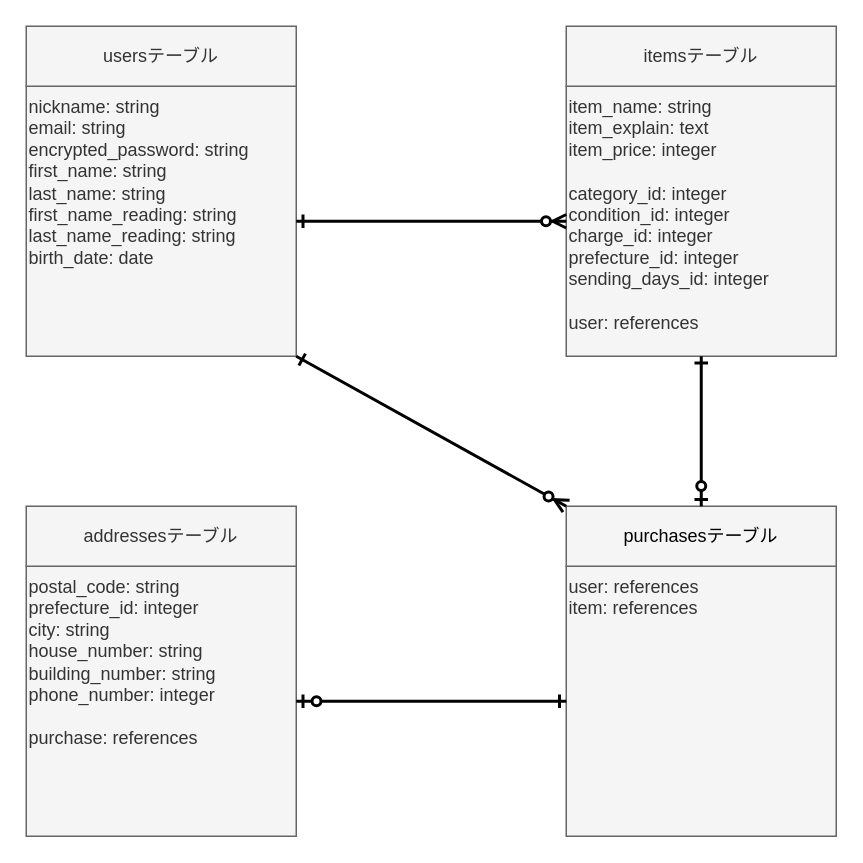
This is furima.dio from fuchimo/furima-34379, a draw.io file, before an edit. Source tidied: cells renumbered, new cells numbered last; positions are measured from the earlier drawing's top-left corner, leaving out a move shared by most shapes. Both pictures are drawn from the tidied source at 150%, with x=0, y=0 at pixel (26, 26).
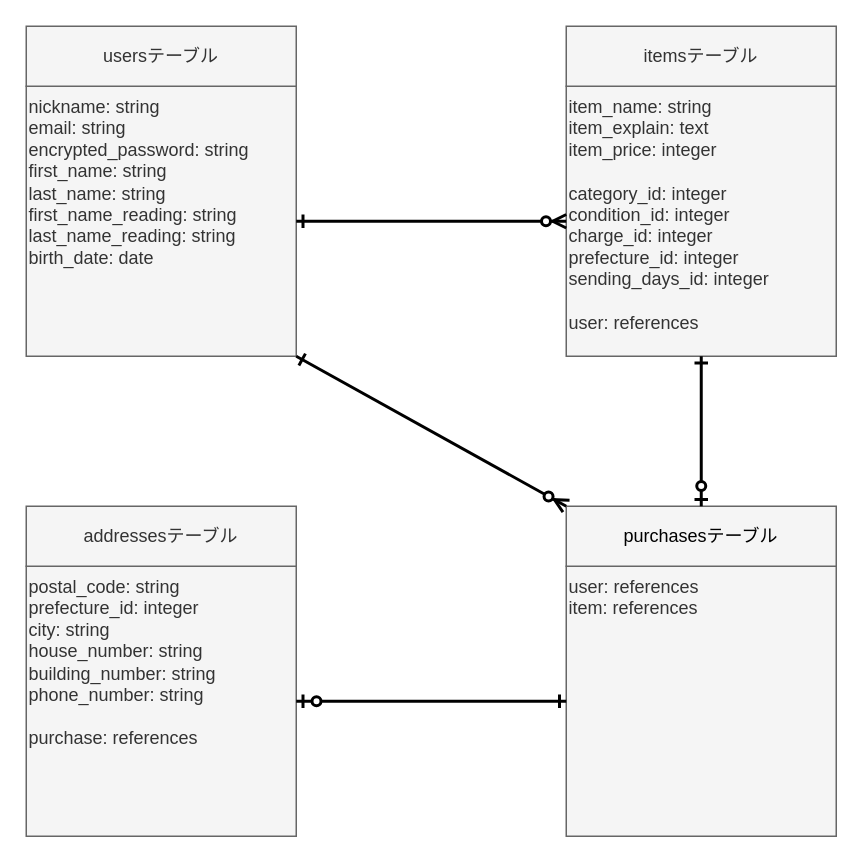
After the change.

Commit message (it also covers changes not shown here):
correct addresses_table

What changed in the source:
```diff
@@
 <mxGraphModel>
   <root>
     <mxCell id="0" />
     <mxCell id="1" parent="0" />
     <mxCell id="2" value="nickname: string&lt;br&gt;email: string&lt;br&gt;encrypted_password: string&lt;br&gt;first_name: string&lt;br&gt;last_name: string&lt;br&gt;first_name_reading: string&lt;br&gt;last_name_reading: string&lt;br&gt;birth_date: date" style="whiteSpace=wrap;html=1;align=left;fillColor=#f5f5f5;strokeColor=#666666;fontColor=#333333;horizontal=1;labelPosition=center;verticalLabelPosition=middle;verticalAlign=top;" parent="1" vertex="1">
       <mxGeometry y="40" width="180" height="180" as="geometry" />
     </mxCell>
     <mxCell id="3" value="item_name: string&lt;br&gt;item_explain: text&lt;br&gt;item_price: integer&lt;br&gt;&lt;br&gt;category_id: integer&lt;br&gt;condition_id: integer&lt;br&gt;charge_id: integer&lt;br&gt;prefecture_id: integer&lt;br&gt;sending_days_id: integer&lt;br&gt;&lt;br&gt;user: references" style="whiteSpace=wrap;html=1;align=left;fillColor=#f5f5f5;strokeColor=#666666;fontColor=#333333;horizontal=1;labelPosition=center;verticalLabelPosition=middle;verticalAlign=top;" parent="1" vertex="1">
       <mxGeometry x="360" y="40" width="180" height="180" as="geometry" />
     </mxCell>
     <mxCell id="4" value="user: references&lt;br&gt;item: references" style="whiteSpace=wrap;html=1;align=left;fillColor=#f5f5f5;strokeColor=#666666;fontColor=#333333;horizontal=1;labelPosition=center;verticalLabelPosition=middle;verticalAlign=top;" parent="1" vertex="1">
       <mxGeometry x="360" y="360" width="180" height="180" as="geometry" />
     </mxCell>
     <mxCell id="5" style="endArrow=ERone;html=1;entryX=1;entryY=0.5;entryDx=0;entryDy=0;exitX=0;exitY=0.5;exitDx=0;exitDy=0;startArrow=ERzeroToMany;startFill=1;endFill=0;jumpSize=6;strokeWidth=2;endSize=6;" parent="1" edge="1" source="3" target="2">
       <mxGeometry relative="1" as="geometry" />
     </mxCell>
-    <mxCell id="6" value="postal_code: string&lt;br&gt;prefecture_id: integer&lt;br&gt;city: string&lt;br&gt;house_number: string&lt;br&gt;building_number: string&lt;br&gt;phone_number: integer&lt;br&gt;&lt;br&gt;purchase: references" style="whiteSpace=wrap;html=1;align=left;fillColor=#f5f5f5;strokeColor=#666666;fontColor=#333333;horizontal=1;labelPosition=center;verticalLabelPosition=middle;verticalAlign=top;" parent="1" vertex="1">
+    <mxCell id="6" value="postal_code: string&lt;br&gt;prefecture_id: integer&lt;br&gt;city: string&lt;br&gt;house_number: string&lt;br&gt;building_number: string&lt;br&gt;phone_number: string&lt;br&gt;&lt;br&gt;purchase: references" style="whiteSpace=wrap;html=1;align=left;fillColor=#f5f5f5;strokeColor=#666666;fontColor=#333333;horizontal=1;labelPosition=center;verticalLabelPosition=middle;verticalAlign=top;" parent="1" vertex="1">
       <mxGeometry y="360" width="180" height="180" as="geometry" />
     </mxCell>
     <mxCell id="7" style="endArrow=ERzeroToOne;html=1;entryX=1;entryY=0.5;entryDx=0;entryDy=0;startArrow=ERone;startFill=0;endFill=1;jumpSize=6;strokeWidth=2;endSize=6;" parent="1" edge="1" source="4" target="6">
       <mxGeometry relative="1" as="geometry" />
     </mxCell>
     <mxCell id="8" value="&lt;span style=&quot;&quot;&gt;addressesテーブル&lt;/span&gt;" style="rounded=0;whiteSpace=wrap;html=1;align=center;fillColor=#f5f5f5;strokeColor=#666666;fontColor=#333333;" parent="1" vertex="1">
       <mxGeometry y="320" width="180" height="40" as="geometry" />
     </mxCell>
     <mxCell id="9" value="&lt;font color=&quot;#000000&quot;&gt;purchasesテーブル&lt;/font&gt;" style="rounded=0;whiteSpace=wrap;html=1;align=center;fillColor=#f5f5f5;strokeColor=#666666;fontColor=#333333;" parent="1" vertex="1">
       <mxGeometry x="360" y="320" width="180" height="40" as="geometry" />
     </mxCell>
     <mxCell id="10" value="&lt;span&gt;usersテーブル&lt;/span&gt;" style="rounded=0;whiteSpace=wrap;html=1;align=center;fillColor=#f5f5f5;strokeColor=#666666;fontColor=#333333;" parent="1" vertex="1">
       <mxGeometry width="180" height="40" as="geometry" />
     </mxCell>
     <mxCell id="11" value="&lt;span&gt;itemsテーブル&lt;/span&gt;" style="rounded=0;whiteSpace=wrap;html=1;align=center;fillColor=#f5f5f5;strokeColor=#666666;fontColor=#333333;" parent="1" vertex="1">
       <mxGeometry x="360" width="180" height="40" as="geometry" />
     </mxCell>
     <mxCell id="12" style="endArrow=ERzeroToOne;html=1;entryX=0.5;entryY=0;entryDx=0;entryDy=0;exitX=0.5;exitY=1;exitDx=0;exitDy=0;startArrow=ERone;startFill=0;endFill=1;jumpSize=6;strokeWidth=2;endSize=6;" parent="1" edge="1" source="3" target="9">
       <mxGeometry relative="1" as="geometry" />
     </mxCell>
     <mxCell id="13" style="endArrow=ERone;html=1;entryX=1;entryY=1;entryDx=0;entryDy=0;exitX=0;exitY=0;exitDx=0;exitDy=0;startArrow=ERzeroToMany;startFill=1;endFill=0;jumpSize=6;strokeWidth=2;endSize=6;" parent="1" edge="1" source="9" target="2">
       <mxGeometry relative="1" as="geometry" />
     </mxCell>
   </root>
 </mxGraphModel>
```
